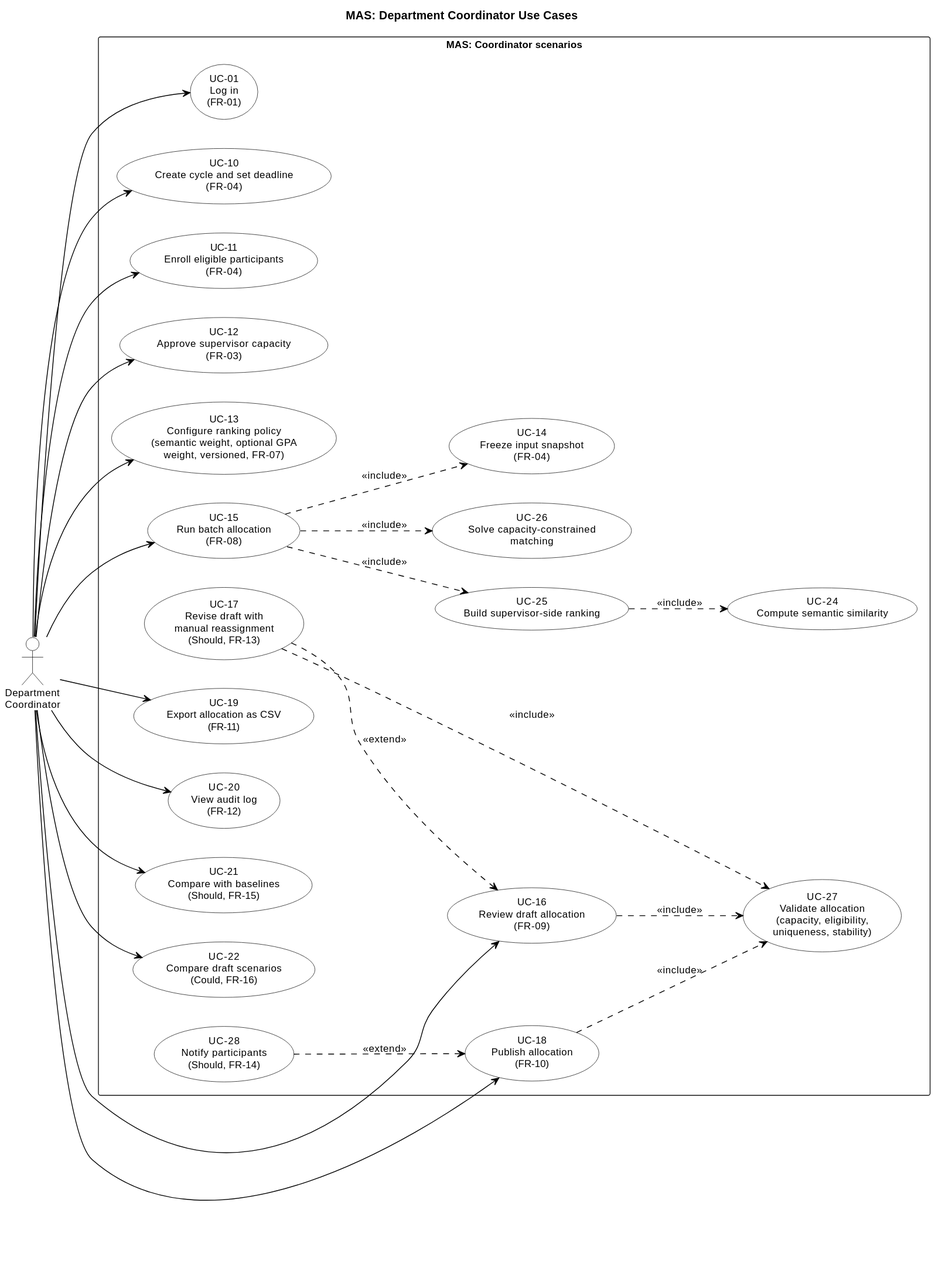
Diasb4/Diploma keeps this PlantUML diagram as diagrams/exports/use-case-coordinator.svg. Above is the earlier version.
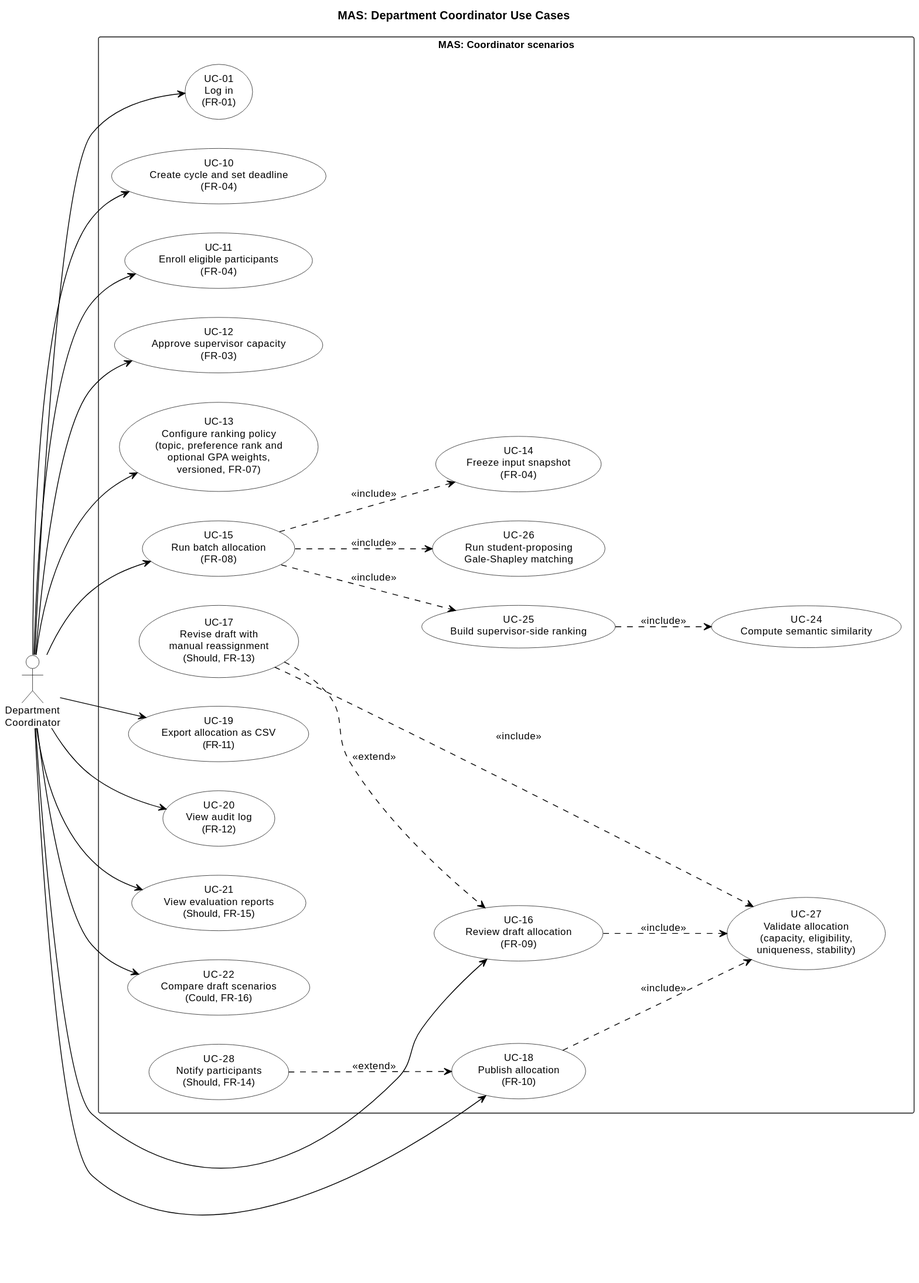
The same diagram one commit later.

Commit message:
MAS-13: Follow the three-weight policy and Gale-Shapley matching in the use cases

Diff of the diagram source:
```diff
@@ -22,7 +22,7 @@
   usecase "UC-10\nCreate cycle and set deadline\n(FR-04)" as UC10
   usecase "UC-11\nEnroll eligible participants\n(FR-04)" as UC11
   usecase "UC-12\nApprove supervisor capacity\n(FR-03)" as UC12
-  usecase "UC-13\nConfigure ranking policy\n(semantic weight, optional GPA\nweight, versioned, FR-07)" as UC13
+  usecase "UC-13\nConfigure ranking policy\n(topic, preference rank and\noptional GPA weights,\nversioned, FR-07)" as UC13
   usecase "UC-14\nFreeze input snapshot\n(FR-04)" as UC14
   usecase "UC-15\nRun batch allocation\n(FR-08)" as UC15
   usecase "UC-16\nReview draft allocation\n(FR-09)" as UC16
@@ -30,12 +30,12 @@
   usecase "UC-18\nPublish allocation\n(FR-10)" as UC18
   usecase "UC-19\nExport allocation as CSV\n(FR-11)" as UC19
   usecase "UC-20\nView audit log\n(FR-12)" as UC20
-  usecase "UC-21\nCompare with baselines\n(Should, FR-15)" as UC21
+  usecase "UC-21\nView evaluation reports\n(Should, FR-15)" as UC21
   usecase "UC-22\nCompare draft scenarios\n(Could, FR-16)" as UC22
 
   usecase "UC-24\nCompute semantic similarity" as UC24
   usecase "UC-25\nBuild supervisor-side ranking" as UC25
-  usecase "UC-26\nSolve capacity-constrained\nmatching" as UC26
+  usecase "UC-26\nRun student-proposing\nGale-Shapley matching" as UC26
   usecase "UC-27\nValidate allocation\n(capacity, eligibility,\nuniqueness, stability)" as UC27
   usecase "UC-28\nNotify participants\n(Should, FR-14)" as UC28
 }
```
